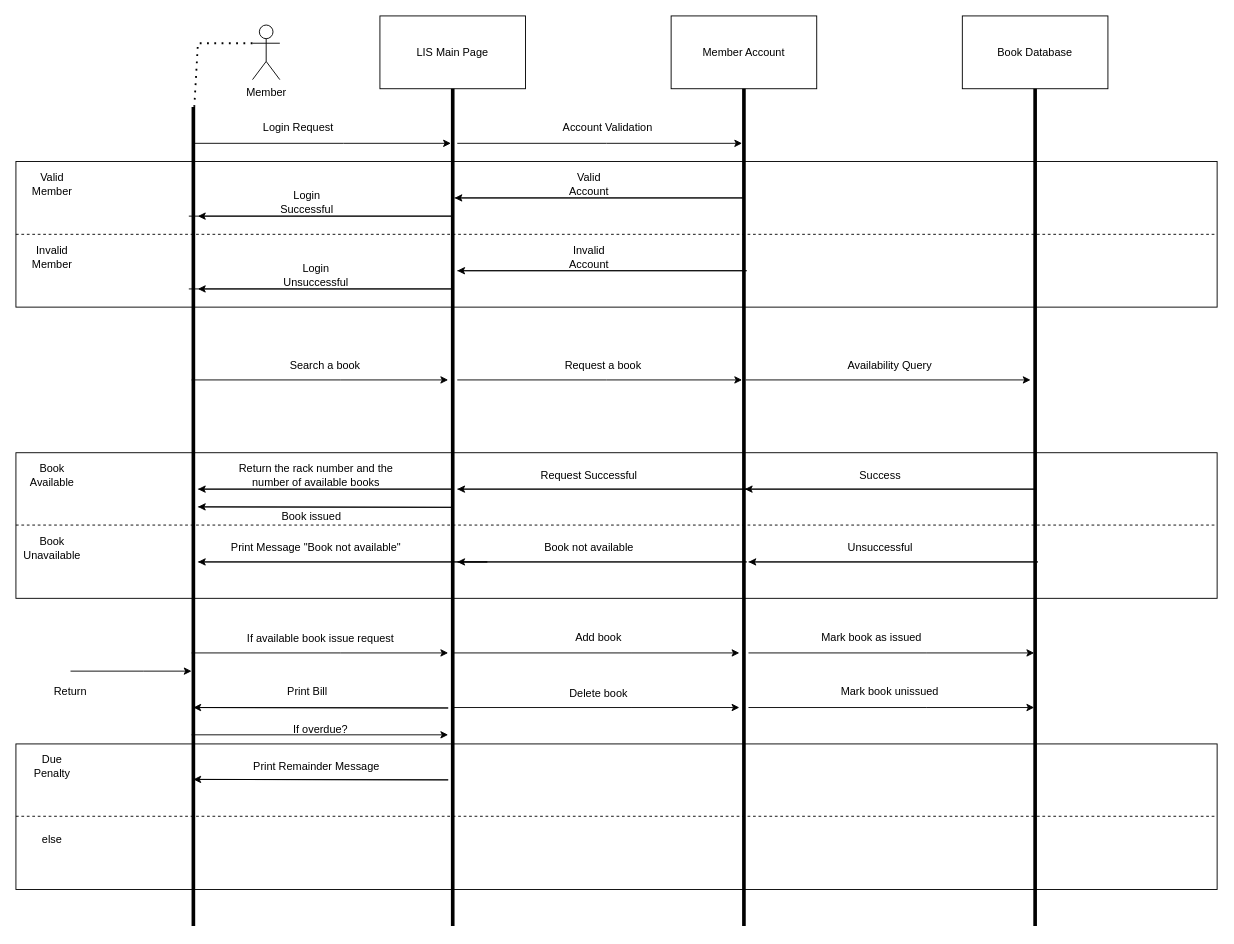
Earlier version of the draw.io diagram LIS-seq.drawio (amRohitKumar/software-lab). Source tidied: cells renumbered, new cells numbered last; positions are measured from the earlier drawing's top-left corner, leaving out a move shared by most shapes. Both pictures are drawn from the tidied source at 91%, with x=0, y=0 at pixel (15, 15).
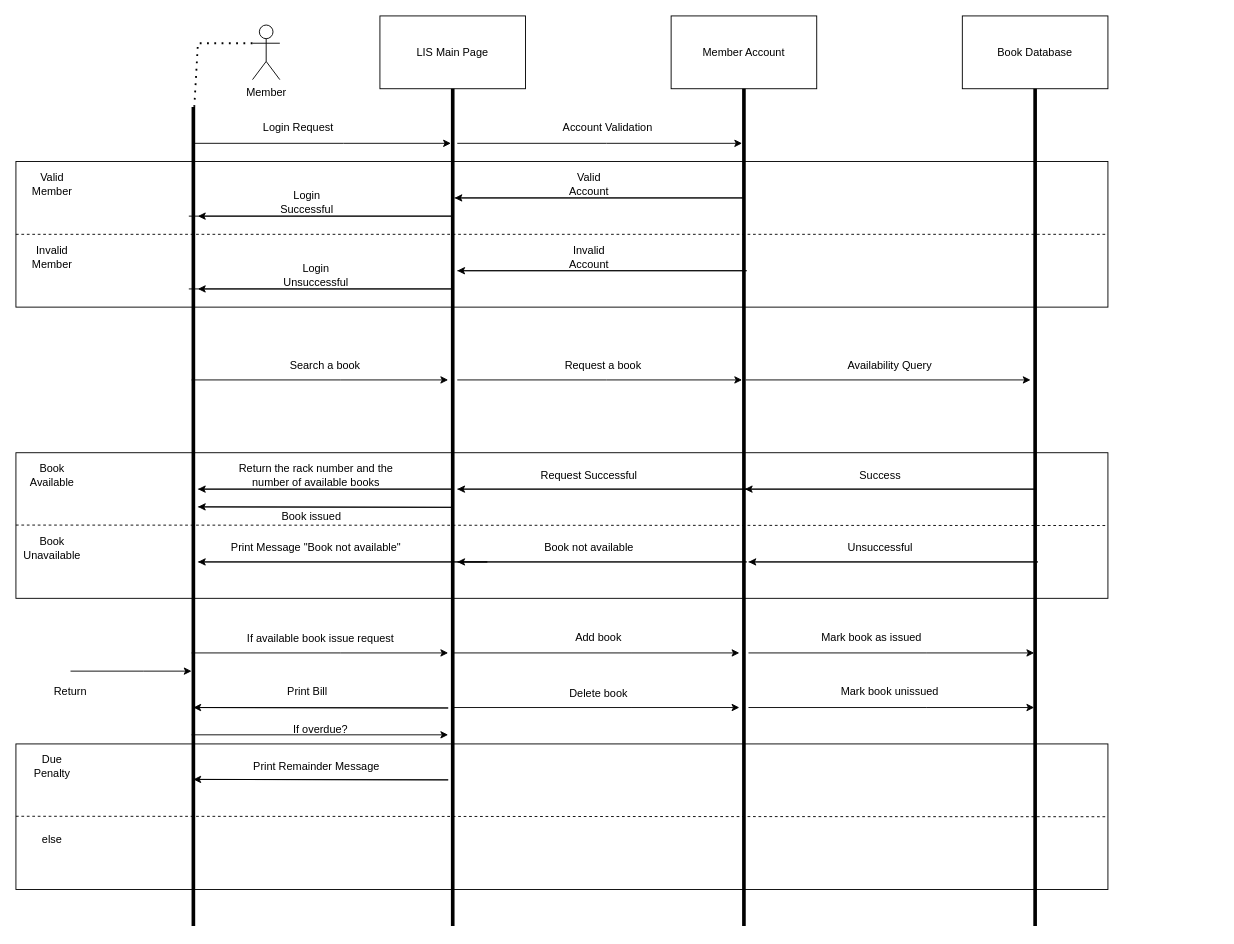
The same page after the edit.

Diff of the diagram source:
```diff
@@
     <mxCell id="10" style="rounded=0;whiteSpace=wrap;html=1;fillColor=none;" parent="1" vertex="1">
-      <mxGeometry y="160" width="1320" height="160" as="geometry" />
+      <mxGeometry y="160" width="1200" height="160" as="geometry" />
     </mxCell>
     <mxCell id="11" style="rounded=0;whiteSpace=wrap;html=1;fillColor=none;" parent="1" vertex="1">
-      <mxGeometry y="480" width="1320" height="160" as="geometry" />
+      <mxGeometry y="480" width="1200" height="160" as="geometry" />
     </mxCell>
     <mxCell id="12" style="rounded=0;whiteSpace=wrap;html=1;fillColor=none;" parent="1" vertex="1">
-      <mxGeometry y="800" width="1320" height="160" as="geometry" />
+      <mxGeometry y="800" width="1200" height="160" as="geometry" />
     </mxCell>
@@
-    <mxCell id="14" style="endArrow=none;dashed=1;html=1;rounded=0;exitX=0;exitY=0.5;exitDx=0;exitDy=0;entryX=1;entryY=0.5;entryDx=0;entryDy=0;" parent="1" edge="1">
+    <mxCell id="14" style="endArrow=none;dashed=1;html=1;rounded=0;exitX=0;exitY=0.5;exitDx=0;exitDy=0;" parent="1" edge="1">
       <mxGeometry relative="1" as="geometry">
         <mxPoint y="559.5" as="sourcePoint" />
-        <mxPoint x="1320" y="559.5" as="targetPoint" />
+        <mxPoint x="1200" y="560" as="targetPoint" />
       </mxGeometry>
     </mxCell>
-    <mxCell id="15" style="endArrow=none;dashed=1;html=1;rounded=0;exitX=0;exitY=0.5;exitDx=0;exitDy=0;entryX=1;entryY=0.5;entryDx=0;entryDy=0;" parent="1" edge="1">
+    <mxCell id="15" style="endArrow=none;dashed=1;html=1;rounded=0;exitX=0;exitY=0.5;exitDx=0;exitDy=0;" parent="1" edge="1">
       <mxGeometry relative="1" as="geometry">
         <mxPoint y="879.5" as="sourcePoint" />
-        <mxPoint x="1320" y="879.5" as="targetPoint" />
+        <mxPoint x="1200" y="880" as="targetPoint" />
       </mxGeometry>
     </mxCell>
```
